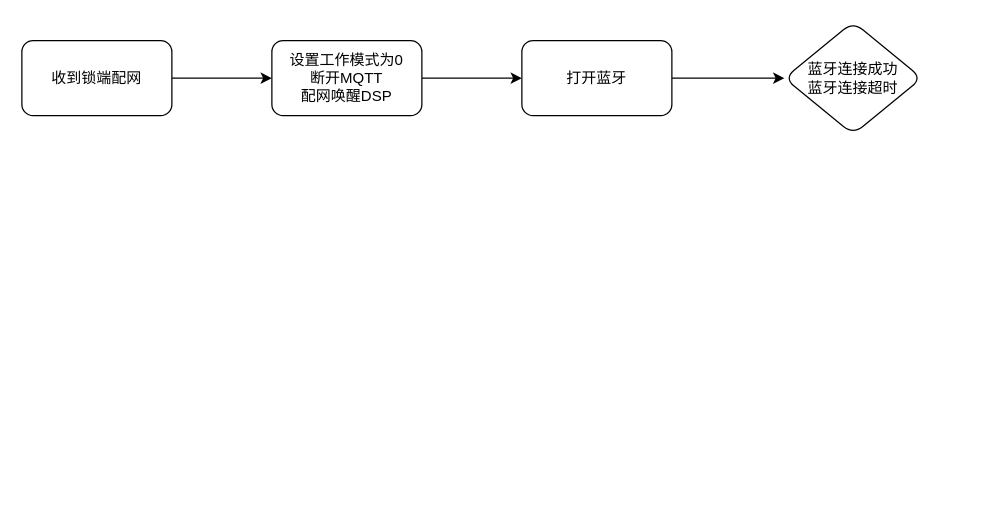
The draw.io diagram 配网.drawio in wsdmzz/drawio-desktop, before the edit. Source tidied: cells renumbered, new cells numbered last; positions are measured from the earlier drawing's top-left corner, leaving out a move shared by most shapes. Both pictures are drawn from the tidied source at 125%, with x=0, y=0 at pixel (21, 21).
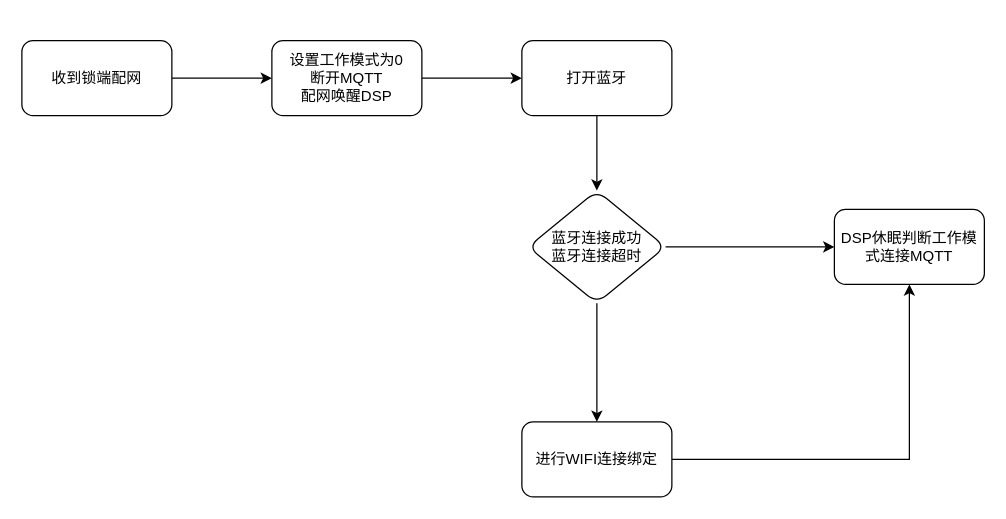
The same diagram, later.

Diff of the diagram source:
```diff
@@
 <mxGraphModel>
   <root>
     <mxCell id="0" />
     <mxCell id="1" parent="0" />
     <mxCell id="2" style="edgeStyle=orthogonalEdgeStyle;rounded=0;jettySize=auto;html=1;" parent="1" edge="1" source="3" target="5">
       <mxGeometry relative="1" as="geometry" />
     </mxCell>
     <mxCell id="3" value="收到锁端配网" style="rounded=1;whiteSpace=wrap;html=1;" parent="1" vertex="1">
       <mxGeometry y="15" width="120" height="60" as="geometry" />
     </mxCell>
     <mxCell id="4" style="edgeStyle=orthogonalEdgeStyle;rounded=0;jettySize=auto;html=1;" parent="1" edge="1" source="5" target="7">
       <mxGeometry relative="1" as="geometry" />
     </mxCell>
     <mxCell id="5" value="&lt;font&gt;设置工作模式为0&lt;br&gt;断开MQTT&lt;br&gt;配网唤醒DSP&lt;br&gt;&lt;/font&gt;" style="rounded=1;whiteSpace=wrap;html=1;" parent="1" vertex="1">
       <mxGeometry x="200" y="15" width="120" height="60" as="geometry" />
     </mxCell>
     <mxCell id="6" style="edgeStyle=orthogonalEdgeStyle;rounded=0;jettySize=auto;html=1;" parent="1" edge="1" source="7" target="8">
       <mxGeometry relative="1" as="geometry" />
     </mxCell>
     <mxCell id="7" value="打开蓝牙" style="rounded=1;whiteSpace=wrap;html=1;" parent="1" vertex="1">
       <mxGeometry x="400" y="15" width="120" height="60" as="geometry" />
     </mxCell>
+    <mxCell id="9" style="edgeStyle=orthogonalEdgeStyle;rounded=0;jettySize=auto;html=1;" parent="1" edge="1" source="8" target="11">
+      <mxGeometry relative="1" as="geometry" />
+    </mxCell>
+    <mxCell id="10" style="edgeStyle=orthogonalEdgeStyle;rounded=0;jettySize=auto;html=1;" parent="1" edge="1" source="8" target="13">
+      <mxGeometry relative="1" as="geometry" />
+    </mxCell>
     <mxCell id="8" value="蓝牙连接成功&lt;br style=&quot;border-color: var(--border-color);&quot;&gt;&lt;font style=&quot;border-color: var(--border-color);&quot;&gt;蓝牙连接超时&lt;/font&gt;" style="rhombus;whiteSpace=wrap;html=1;rounded=1;" parent="1" vertex="1">
-      <mxGeometry x="610" width="110" height="90" as="geometry" />
+      <mxGeometry x="405" y="135" width="110" height="90" as="geometry" />
     </mxCell>
+    <mxCell id="11" value="DSP休眠判断工作模式连接MQTT" style="whiteSpace=wrap;html=1;rounded=1;" parent="1" vertex="1">
+      <mxGeometry x="650" y="150" width="120" height="60" as="geometry" />
+    </mxCell>
+    <mxCell id="12" style="edgeStyle=orthogonalEdgeStyle;rounded=0;jettySize=auto;html=1;entryX=0.5;entryY=1;entryDx=0;entryDy=0;" parent="1" edge="1" source="13" target="11">
+      <mxGeometry relative="1" as="geometry" />
+    </mxCell>
+    <mxCell id="13" value="进行WIFI连接绑定" style="rounded=1;whiteSpace=wrap;html=1;" parent="1" vertex="1">
+      <mxGeometry x="400" y="320" width="120" height="60" as="geometry" />
+    </mxCell>
   </root>
 </mxGraphModel>
```
